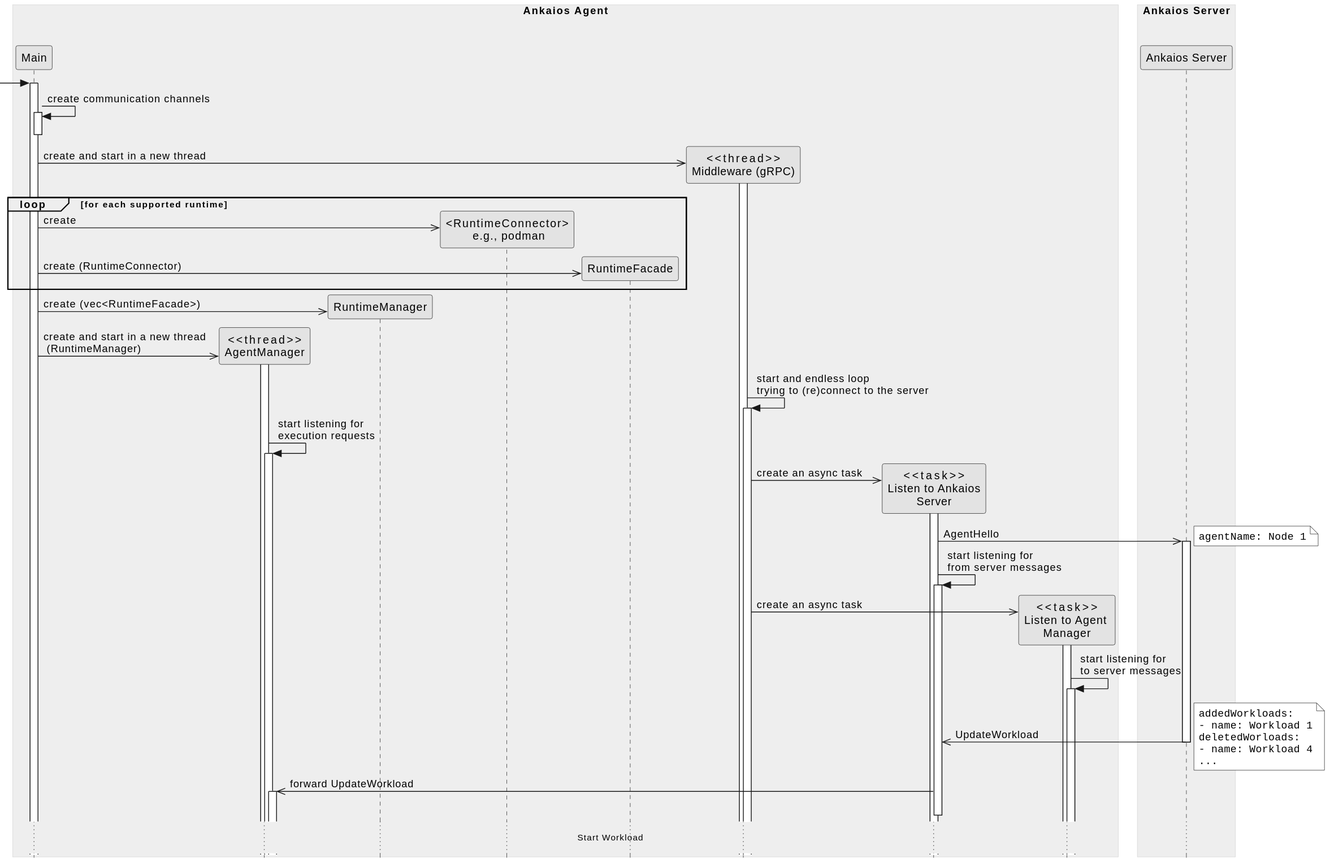
Earlier version of the PlantUML export agent/doc/swdesign/plantuml/seq_startup.svg (eclipse-ankaios/ankaios).
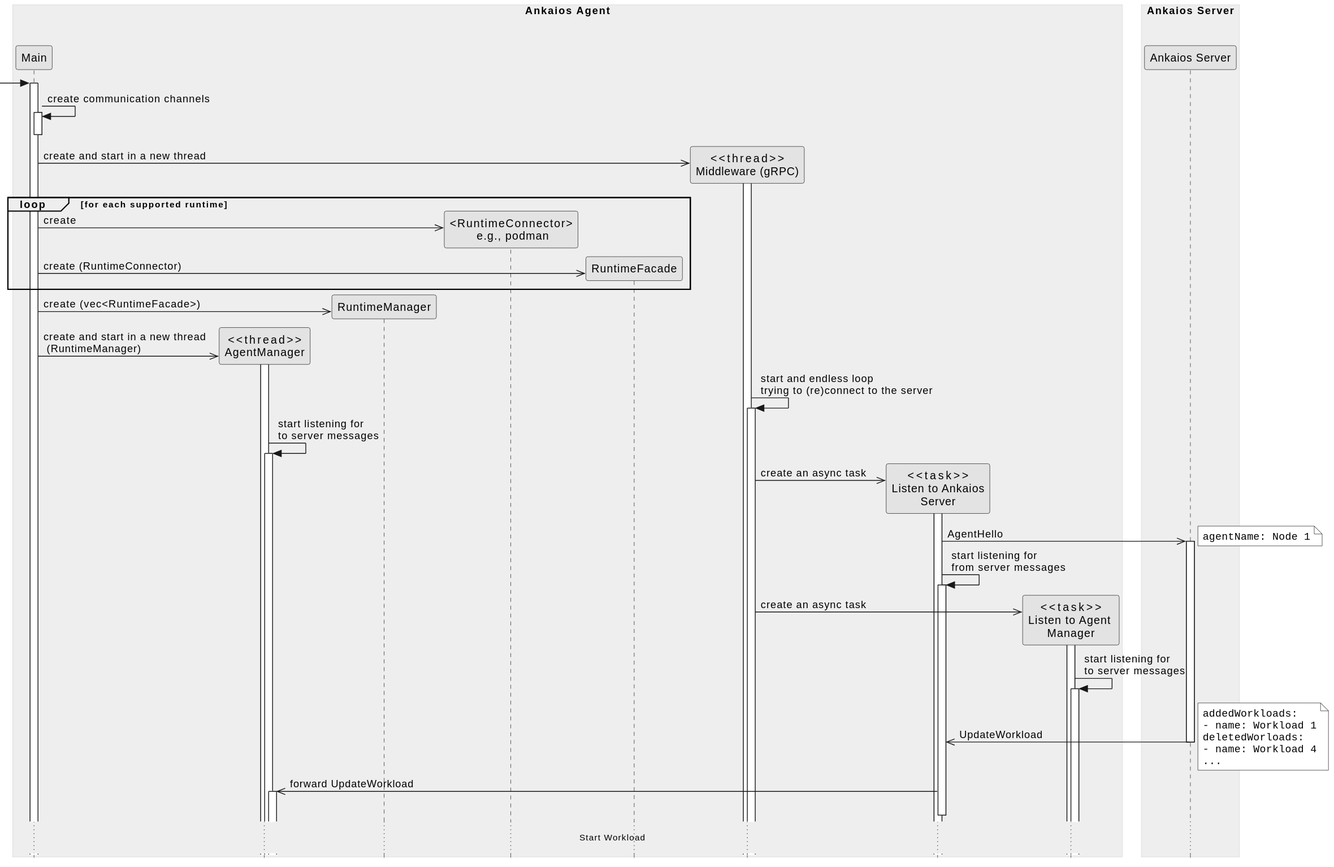
Above is the later version.

The edit, as a diff of the source:
```diff
@@ -32,7 +32,7 @@
 
 grpc_client -> grpc_client ++: start and endless loop \ntrying to (re)connect to the server
 
-manager -> manager ++: start listening for \nexecution requests
+manager -> manager ++: start listening for \nto server messages
 
 grpc_client ->> listen_to_server **: create an async task
 
```
